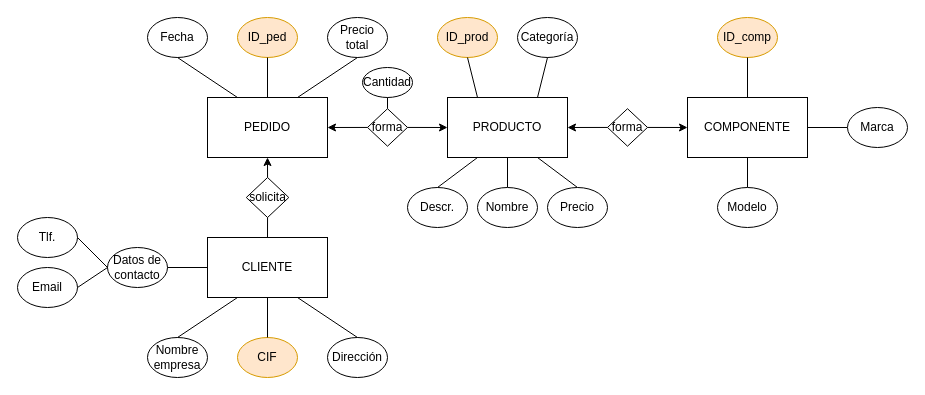
The draw.io diagram E-R Gestión de pedidos IW.drawio in garaimg/IW-Equipo1-Proyecto-web-colaborativo, before the edit. Source tidied: cells renumbered, new cells numbered last; positions are measured from the earlier drawing's top-left corner, leaving out a move shared by most shapes. Both pictures are drawn from the tidied source at 100%, with x=0, y=0 at pixel (17, 17).
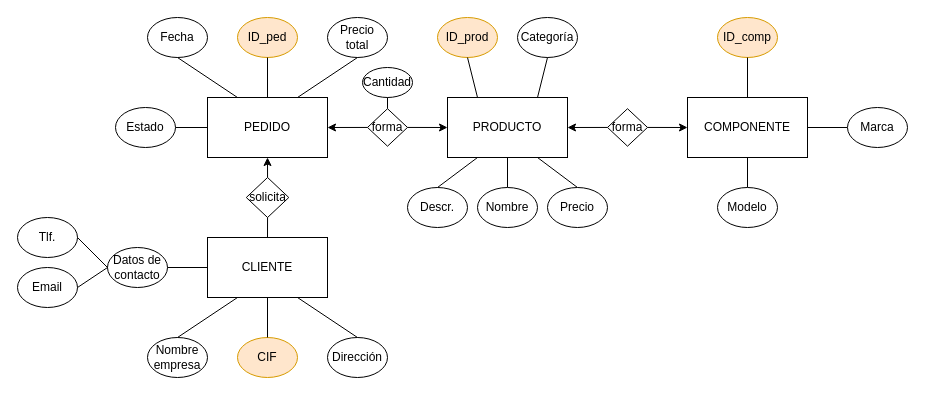
After the change.

The change refers to these unchanged cells:
```xml
<mxCell id="2" value="PEDIDO" style="rounded=0;whiteSpace=wrap;html=1;" parent="1" vertex="1">
  <mxGeometry x="190" y="80" width="120" height="60" as="geometry" />
</mxCell>
```

Diff of the diagram source:
```diff
@@
+    <mxCell id="51" value="Estado" style="ellipse;whiteSpace=wrap;html=1;" parent="1" vertex="1">
+      <mxGeometry x="98" y="90" width="60" height="40" as="geometry" />
+    </mxCell>
+    <mxCell id="52" style="endArrow=none;html=1;exitX=1;exitY=0.5;exitDx=0;exitDy=0;entryX=0;entryY=0.5;entryDx=0;entryDy=0;" parent="1" edge="1" source="51" target="2">
+      <mxGeometry relative="1" as="geometry" />
+    </mxCell>
```
